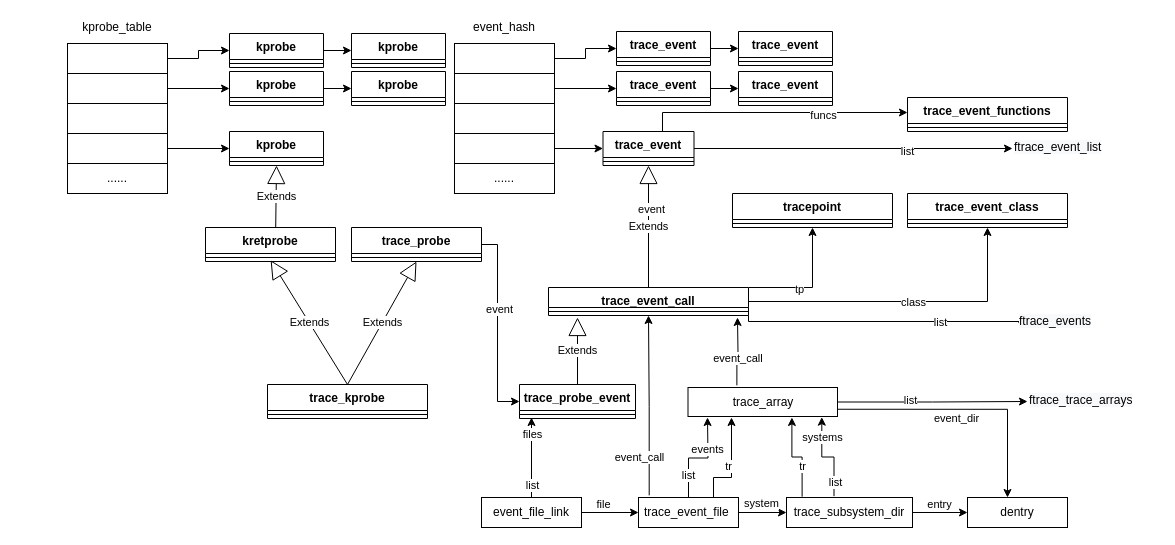
Earlier version of the draw.io diagram trace.drawio (jasonactions/graph). Source tidied: cells renumbered, new cells numbered last; positions are measured from the earlier drawing's top-left corner, leaving out a move shared by most shapes. Both pictures are drawn from the tidied source at 100%, with x=0, y=0 at pixel (67, 17).
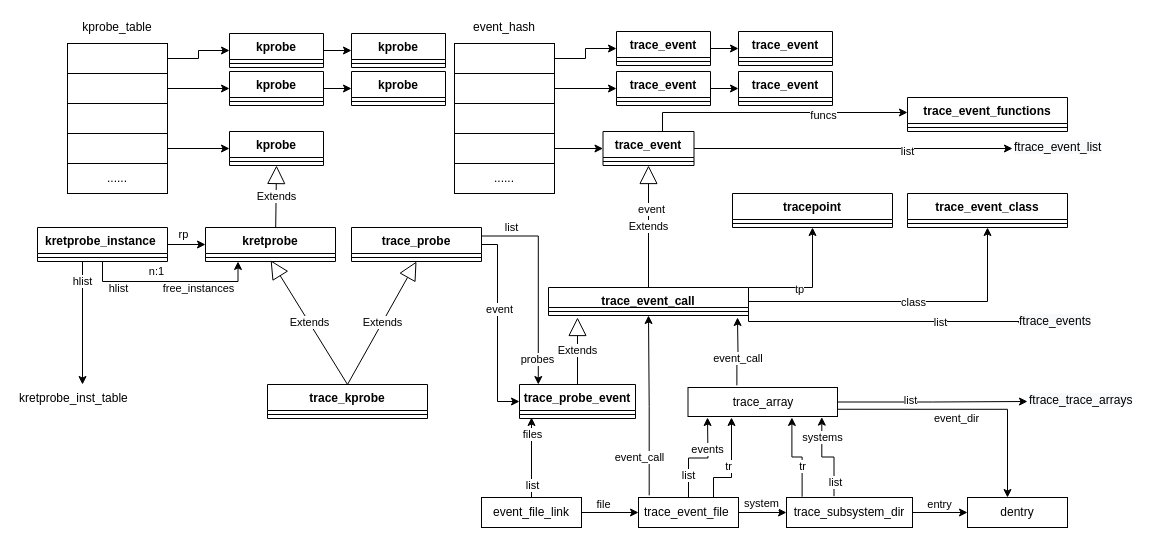
Above is the later version.

Unchanged cells that the change refers to:
```xml
<mxCell id="2" value="trace_probe_event" style="swimlane;fontStyle=1;align=center;verticalAlign=top;horizontal=1;startSize=26;" parent="1" vertex="1">
  <mxGeometry x="452" y="367" width="116" height="34" as="geometry" />
</mxCell>
<mxCell id="13" value="kretprobe" style="swimlane;fontStyle=1;align=center;verticalAlign=top;horizontal=1;startSize=26;" parent="1" vertex="1">
  <mxGeometry x="138" y="210" width="130" height="34" as="geometry" />
</mxCell>
<mxCell id="16" value="trace_probe" style="swimlane;fontStyle=1;align=center;verticalAlign=top;horizontal=1;startSize=26;" parent="1" vertex="1">
  <mxGeometry x="284" y="210" width="130" height="34" as="geometry" />
</mxCell>
```

Diff of the diagram source:
```diff
@@
+    <mxCell id="113" style="edgeStyle=orthogonalEdgeStyle;rounded=0;jettySize=auto;html=1;entryX=0.162;entryY=0;entryDx=0;entryDy=0;entryPerimeter=0;exitX=1;exitY=0.25;exitDx=0;exitDy=0;" parent="1" edge="1" source="16" target="2">
+      <mxGeometry relative="1" as="geometry" />
+    </mxCell>
+    <mxCell id="114" value="list" style="edgeLabel;html=1;align=center;verticalAlign=middle;" parent="113" vertex="1">
+      <mxGeometry x="-0.57" y="-1" relative="1" as="geometry">
+        <mxPoint x="-15" y="-10" as="offset" />
+      </mxGeometry>
+    </mxCell>
+    <mxCell id="115" value="probes" style="edgeLabel;html=1;align=center;verticalAlign=middle;" parent="113" vertex="1">
+      <mxGeometry x="0.72" y="-2" relative="1" as="geometry">
+        <mxPoint x="1" y="3" as="offset" />
+      </mxGeometry>
+    </mxCell>
@@
+    <mxCell id="116" style="edgeStyle=orthogonalEdgeStyle;rounded=0;jettySize=auto;html=1;entryX=0;entryY=0.5;entryDx=0;entryDy=0;" parent="1" edge="1" source="124" target="13">
+      <mxGeometry relative="1" as="geometry" />
+    </mxCell>
+    <mxCell id="117" value="rp" style="edgeLabel;html=1;align=center;verticalAlign=middle;" parent="116" vertex="1">
+      <mxGeometry x="-0.27" relative="1" as="geometry">
+        <mxPoint y="-11" as="offset" />
+      </mxGeometry>
+    </mxCell>
+    <mxCell id="118" style="edgeStyle=orthogonalEdgeStyle;rounded=0;jettySize=auto;html=1;entryX=0.25;entryY=1;entryDx=0;entryDy=0;" parent="1" edge="1" source="124" target="13">
+      <mxGeometry relative="1" as="geometry">
+        <Array as="points">
+          <mxPoint x="35" y="264" />
+          <mxPoint x="171" y="264" />
+        </Array>
+      </mxGeometry>
+    </mxCell>
+    <mxCell id="119" value="hlist" style="edgeLabel;html=1;align=center;verticalAlign=middle;" parent="118" vertex="1">
+      <mxGeometry x="-0.84" y="-1" relative="1" as="geometry">
+        <mxPoint x="16" y="12" as="offset" />
+      </mxGeometry>
+    </mxCell>
+    <mxCell id="120" value="free_instances" style="edgeLabel;html=1;align=center;verticalAlign=middle;" parent="118" vertex="1">
+      <mxGeometry x="0.81" y="2" relative="1" as="geometry">
+        <mxPoint x="-38" y="10" as="offset" />
+      </mxGeometry>
+    </mxCell>
+    <mxCell id="121" value="n:1" style="edgeLabel;html=1;align=center;verticalAlign=middle;" parent="118" vertex="1">
+      <mxGeometry x="-0.17" relative="1" as="geometry">
+        <mxPoint y="-11" as="offset" />
+      </mxGeometry>
+    </mxCell>
+    <mxCell id="122" style="edgeStyle=orthogonalEdgeStyle;rounded=0;jettySize=auto;html=1;entryX=0.5;entryY=0;entryDx=0;entryDy=0;" parent="1" edge="1" source="124" target="126">
+      <mxGeometry relative="1" as="geometry">
+        <Array as="points">
+          <mxPoint x="15" y="270" />
+          <mxPoint x="15" y="270" />
+        </Array>
+      </mxGeometry>
+    </mxCell>
+    <mxCell id="123" value="hlist" style="edgeLabel;html=1;align=center;verticalAlign=middle;" parent="122" vertex="1">
+      <mxGeometry x="-0.69" y="-1" relative="1" as="geometry" />
+    </mxCell>
+    <mxCell id="124" value="kretprobe_instance " style="swimlane;fontStyle=1;align=center;verticalAlign=top;horizontal=1;startSize=26;" parent="1" vertex="1">
+      <mxGeometry x="-30" y="210" width="130" height="34" as="geometry" />
+    </mxCell>
+    <mxCell id="125" style="line;strokeWidth=1;fillColor=none;align=left;verticalAlign=middle;spacingTop=-1;spacingLeft=3;spacingRight=3;labelPosition=right;" parent="124" vertex="1">
+      <mxGeometry y="26" width="130" height="8" as="geometry" />
+    </mxCell>
+    <mxCell id="126" value="kretprobe_inst_table" style="text;whiteSpace=wrap;html=1;" parent="1" vertex="1">
+      <mxGeometry x="-50" y="367" width="130" height="30" as="geometry" />
+    </mxCell>
```
